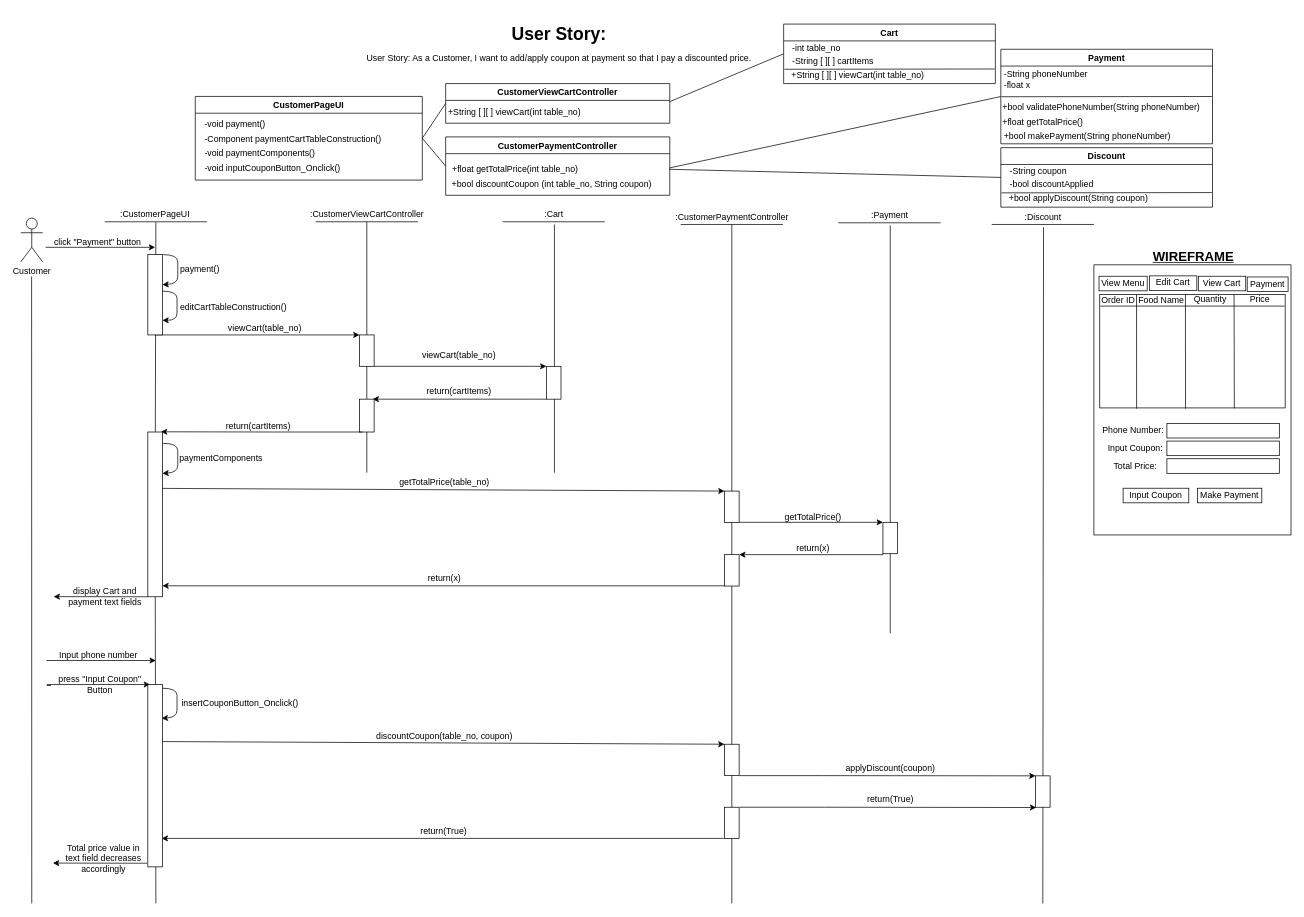
extred5700/JAVAGUI-Restaurant-Table-Order-System keeps this draw.io diagram as BCE_UML_and_Diagrams/Customer (WIP)/Customer_ApplyDiscount(#425)/UserStory#425_ApplyDiscount.drawio. Above is the earlier version. Source tidied: cells renumbered, new cells numbered last; positions are measured from the earlier drawing's top-left corner, leaving out a move shared by most shapes. Both pictures are drawn from the tidied source at 73%, with x=0, y=0 at pixel (20, 20).
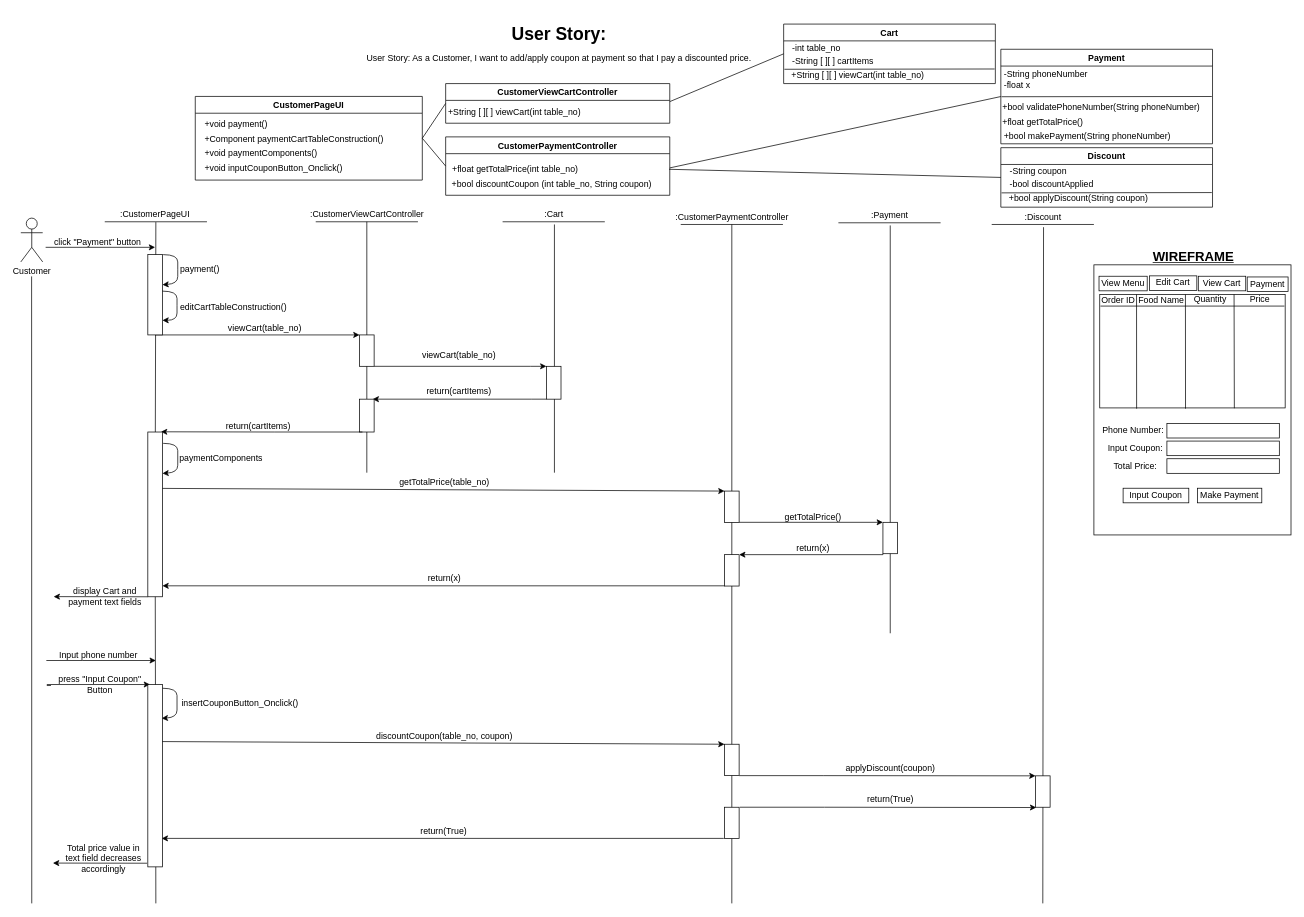
After the change.

The change refers to these unchanged cells:
```xml
<mxCell id="5" value="CustomerPageUI" style="swimlane;" parent="1" vertex="1">
  <mxGeometry x="239" y="104.6" width="311" height="114.6" as="geometry" />
</mxCell>
```

Change to the diagram source:
```diff
@@
-    <mxCell id="6" value="-void payment()" style="text;html=1;align=left;verticalAlign=middle;strokeColor=none;fillColor=none;" parent="5" vertex="1">
+    <mxCell id="6" value="+void payment()" style="text;html=1;align=left;verticalAlign=middle;strokeColor=none;fillColor=none;" parent="5" vertex="1">
       <mxGeometry x="11" y="28" width="100" height="20" as="geometry" />
     </mxCell>
-    <mxCell id="7" value="-Component paymentCartTableConstruction()" style="text;html=1;align=left;verticalAlign=middle;strokeColor=none;fillColor=none;" parent="5" vertex="1">
+    <mxCell id="7" value="+Component paymentCartTableConstruction()" style="text;html=1;align=left;verticalAlign=middle;strokeColor=none;fillColor=none;" parent="5" vertex="1">
       <mxGeometry x="11" y="48" width="260" height="20" as="geometry" />
     </mxCell>
-    <mxCell id="8" value="-void paymentComponents()" style="text;html=1;align=left;verticalAlign=middle;strokeColor=none;fillColor=none;" parent="5" vertex="1">
+    <mxCell id="8" value="+void paymentComponents()" style="text;html=1;align=left;verticalAlign=middle;strokeColor=none;fillColor=none;" parent="5" vertex="1">
       <mxGeometry x="11" y="68" width="170" height="20" as="geometry" />
     </mxCell>
-    <mxCell id="9" value="-void inputCouponButton_Onclick()" style="text;html=1;align=left;verticalAlign=middle;strokeColor=none;fillColor=none;" parent="5" vertex="1">
+    <mxCell id="9" value="+void inputCouponButton_Onclick()" style="text;html=1;align=left;verticalAlign=middle;strokeColor=none;fillColor=none;" parent="5" vertex="1">
       <mxGeometry x="11" y="88" width="200" height="20" as="geometry" />
     </mxCell>
```
